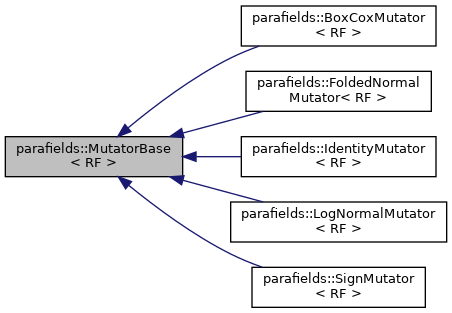
Earlier version of the Graphviz export a01033.png (parafields/parafields-core). Its source is kept beside it as a01033.dot. Source of this version:
```dot
digraph "parafields::MutatorBase&lt; RF &gt;"
{
  edge [fontname="Helvetica",fontsize="10",labelfontname="Helvetica",labelfontsize="10"];
  node [fontname="Helvetica",fontsize="10",shape=record];
  rankdir="LR";
  Node1 [label="parafields::MutatorBase\l\< RF \>",height=0.2,width=0.4,color="black", fillcolor="grey75", style="filled", fontcolor="black",tooltip="Abstract base class for value transformations."];
  Node1 -> Node2 [dir="back",color="midnightblue",fontsize="10",style="solid",fontname="Helvetica"];
  Node2 [label="parafields::BoxCoxMutator\l\< RF \>",height=0.2,width=0.4,color="black", fillcolor="white", style="filled",URL="$a01054.html",tooltip="Applies the Box-Cox transformation to the data values."];
  Node1 -> Node3 [dir="back",color="midnightblue",fontsize="10",style="solid",fontname="Helvetica"];
  Node3 [label="parafields::FoldedNormal\lMutator\< RF \>",height=0.2,width=0.4,color="black", fillcolor="white", style="filled",URL="$a01046.html",tooltip="Absolute value function mutator for folded normal fields."];
  Node1 -> Node4 [dir="back",color="midnightblue",fontsize="10",style="solid",fontname="Helvetica"];
  Node4 [label="parafields::IdentityMutator\l\< RF \>",height=0.2,width=0.4,color="black", fillcolor="white", style="filled",URL="$a01038.html",tooltip="Default Identity mutator that leaves its argument unchanged."];
  Node1 -> Node5 [dir="back",color="midnightblue",fontsize="10",style="solid",fontname="Helvetica"];
  Node5 [label="parafields::LogNormalMutator\l\< RF \>",height=0.2,width=0.4,color="black", fillcolor="white", style="filled",URL="$a01042.html",tooltip="Exponential function mutator for log-normal fields."];
  Node1 -> Node6 [dir="back",color="midnightblue",fontsize="10",style="solid",fontname="Helvetica"];
  Node6 [label="parafields::SignMutator\l\< RF \>",height=0.2,width=0.4,color="black", fillcolor="white", style="filled",URL="$a01050.html",tooltip="Replaces value with its sign (-1 for negative, +1 for nonnegative)"];
}
```
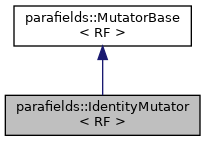
After the change.

The edit, as a diff of the source:
```diff
@@ -1,17 +1,8 @@
-digraph "parafields::MutatorBase&lt; RF &gt;"
+digraph "parafields::IdentityMutator&lt; RF &gt;"
 {
   edge [fontname="Helvetica",fontsize="10",labelfontname="Helvetica",labelfontsize="10"];
   node [fontname="Helvetica",fontsize="10",shape=record];
-  rankdir="LR";
-  Node1 [label="parafields::MutatorBase\l\< RF \>",height=0.2,width=0.4,color="black", fillcolor="grey75", style="filled", fontcolor="black",tooltip="Abstract base class for value transformations."];
-  Node1 -> Node2 [dir="back",color="midnightblue",fontsize="10",style="solid",fontname="Helvetica"];
-  Node2 [label="parafields::BoxCoxMutator\l\< RF \>",height=0.2,width=0.4,color="black", fillcolor="white", style="filled",URL="$a01054.html",tooltip="Applies the Box-Cox transformation to the data values."];
-  Node1 -> Node3 [dir="back",color="midnightblue",fontsize="10",style="solid",fontname="Helvetica"];
-  Node3 [label="parafields::FoldedNormal\lMutator\< RF \>",height=0.2,width=0.4,color="black", fillcolor="white", style="filled",URL="$a01046.html",tooltip="Absolute value function mutator for folded normal fields."];
-  Node1 -> Node4 [dir="back",color="midnightblue",fontsize="10",style="solid",fontname="Helvetica"];
-  Node4 [label="parafields::IdentityMutator\l\< RF \>",height=0.2,width=0.4,color="black", fillcolor="white", style="filled",URL="$a01038.html",tooltip="Default Identity mutator that leaves its argument unchanged."];
-  Node1 -> Node5 [dir="back",color="midnightblue",fontsize="10",style="solid",fontname="Helvetica"];
-  Node5 [label="parafields::LogNormalMutator\l\< RF \>",height=0.2,width=0.4,color="black", fillcolor="white", style="filled",URL="$a01042.html",tooltip="Exponential function mutator for log-normal fields."];
-  Node1 -> Node6 [dir="back",color="midnightblue",fontsize="10",style="solid",fontname="Helvetica"];
-  Node6 [label="parafields::SignMutator\l\< RF \>",height=0.2,width=0.4,color="black", fillcolor="white", style="filled",URL="$a01050.html",tooltip="Replaces value with its sign (-1 for negative, +1 for nonnegative)"];
+  Node1 [label="parafields::IdentityMutator\l\< RF \>",height=0.2,width=0.4,color="black", fillcolor="grey75", style="filled", fontcolor="black",tooltip="Default Identity mutator that leaves its argument unchanged."];
+  Node2 -> Node1 [dir="back",color="midnightblue",fontsize="10",style="solid",fontname="Helvetica"];
+  Node2 [label="parafields::MutatorBase\l\< RF \>",height=0.2,width=0.4,color="black", fillcolor="white", style="filled",URL="$a01030.html",tooltip="Abstract base class for value transformations."];
 }
```
